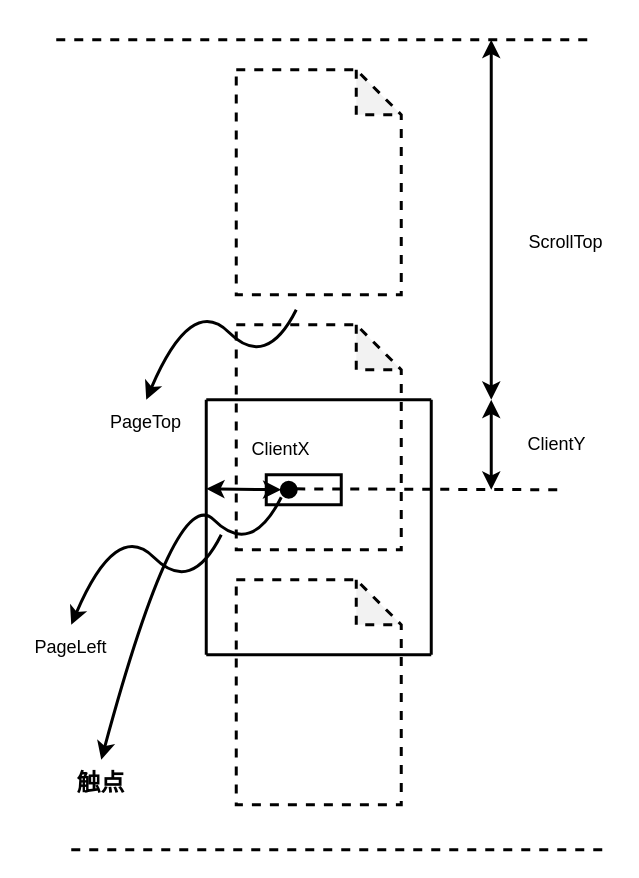
Before: 5.drawio in ShawnTu/git-tutorial, a draw.io diagram. Source tidied: cells renumbered, new cells numbered last; positions are measured from the earlier drawing's top-left corner, leaving out a move shared by most shapes. Both pictures are drawn from the tidied source at 150%, with x=0, y=0 at pixel (26, 39).
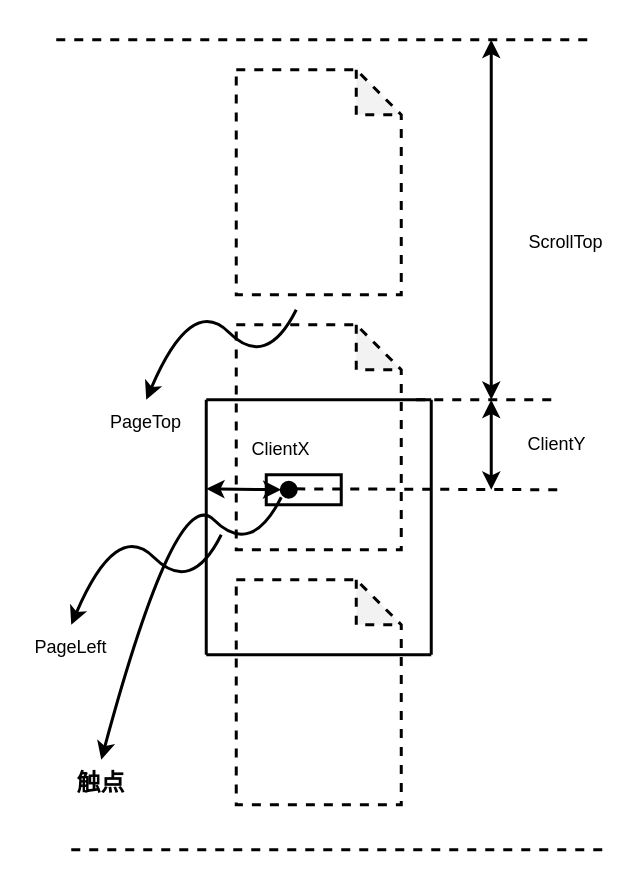
Above is the later version.

Change to the diagram source:
```diff
@@
+    <mxCell id="26" style="endArrow=none;html=1;rounded=0;strokeWidth=2;dashed=1;" parent="1" edge="1">
+      <mxGeometry relative="1" as="geometry">
+        <mxPoint x="260" y="240" as="sourcePoint" />
+        <mxPoint x="350" y="240" as="targetPoint" />
+      </mxGeometry>
+    </mxCell>
```
